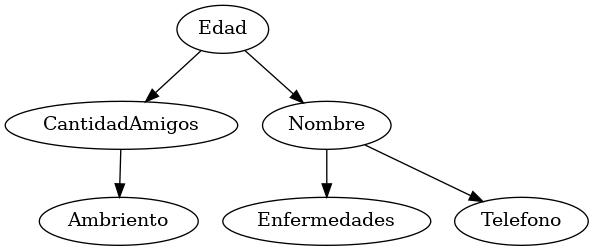
VicenteM325/Contact_Management_System keeps this Graphviz diagram as cmake-build-debug/arbol_avl.png. Above is the earlier version. Its source is kept beside it as cmake-build-debug/arbol_avl.dot. Its diagram source:
```dot
digraph ArbolAVL {
    Edad [label="Edad"];
    CantidadAmigos [label="CantidadAmigos"];
    Ambriento [label="Ambriento"];
    Nombre [label="Nombre"];
    Enfermedades [label="Enfermedades"];
    Telefono [label="Telefono"];
    Edad -> CantidadAmigos;
    Edad -> Nombre;
    CantidadAmigos -> Ambriento;
    Nombre -> Enfermedades;
    Nombre -> Telefono;
}
```
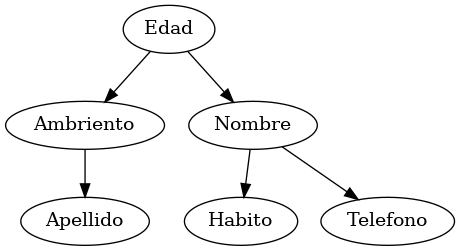
Later version of the same file.

Diff of the diagram source:
```diff
@@ -1,13 +1,13 @@
 digraph ArbolAVL {
     Edad [label="Edad"];
-    CantidadAmigos [label="CantidadAmigos"];
     Ambriento [label="Ambriento"];
+    Apellido [label="Apellido"];
     Nombre [label="Nombre"];
-    Enfermedades [label="Enfermedades"];
+    Habito [label="Habito"];
     Telefono [label="Telefono"];
-    Edad -> CantidadAmigos;
+    Edad -> Ambriento;
     Edad -> Nombre;
-    CantidadAmigos -> Ambriento;
-    Nombre -> Enfermedades;
+    Ambriento -> Apellido;
+    Nombre -> Habito;
     Nombre -> Telefono;
 }
```
